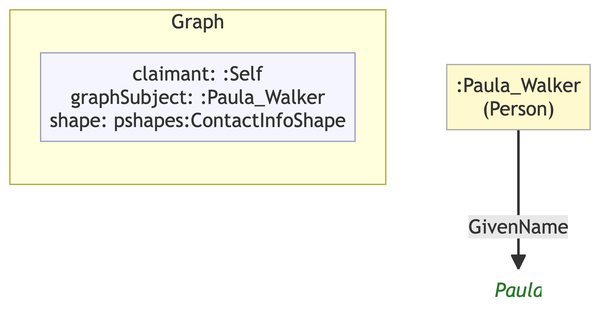
Before: example/graphs/images/graph-06.png, a diagram exported from Mermaid (MeeFoundation/mia-ontologies). Its source is kept beside it as example/graphs/images/graph-06.mmd.
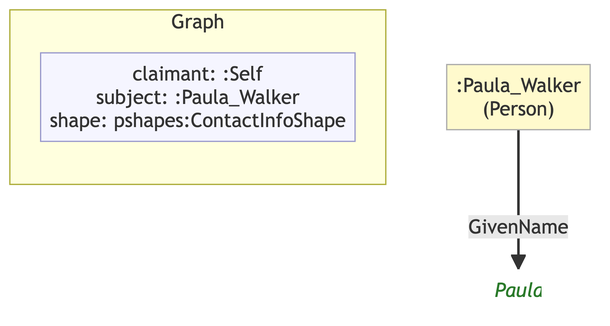
Later version of the same file.

The edit, as a diff of the source:
```diff
@@ -7,10 +7,10 @@
 
     subgraph ctx["Graph"]
         direction LR
-        ctx_meta["claimant: :Self\ngraphSubject: :Paula_Walker\nshape: pshapes:ContactInfoShape"]:::meta
+        ctx_meta["claimant: :Self\nsubject: :Paula_Walker\nshape: pshapes:ContactInfoShape"]:::meta
     end
 
     n679aafec7a4b[":Paula_Walker\n(Person)"]:::person
-    nde21e30030d5("Paula"):::lit
+    n7d35a369676f("Paula"):::lit
 
-    n679aafec7a4b -->|"GivenName"| nde21e30030d5
+    n679aafec7a4b -->|"GivenName"| n7d35a369676f
```
